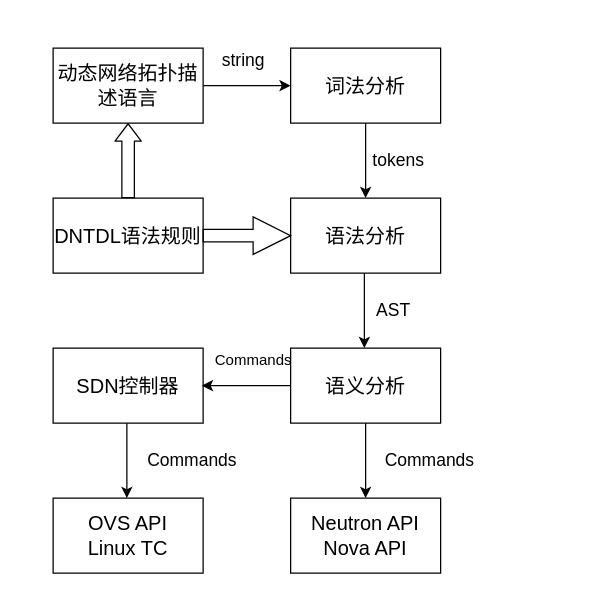
Before: MCC simulaton platform design.drawio in Icarus1994/neutron_conf, a draw.io diagram. Source tidied: cells renumbered, new cells numbered last; positions are measured from the earlier drawing's top-left corner, leaving out a move shared by most shapes. Both pictures are drawn from the tidied source at 125%, with x=0, y=0 at pixel (52, 48).
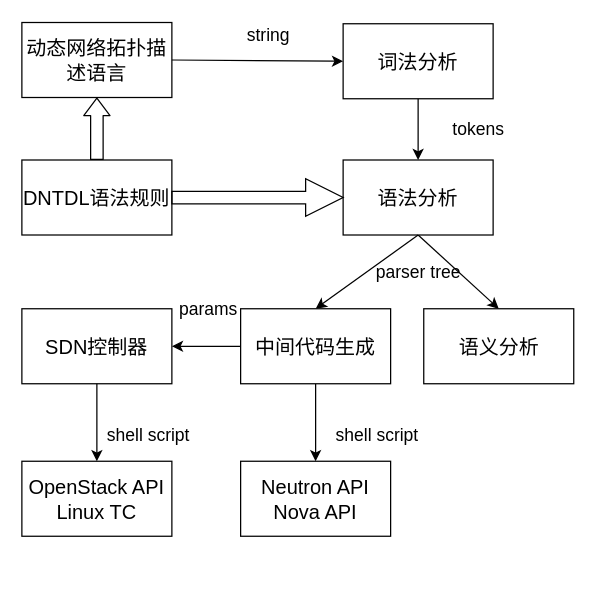
The same page after the edit.

The edit, as a diff of the source:
```diff
@@
+    <mxCell id="24" style="rounded=0;jettySize=auto;html=1;exitX=0.5;exitY=1;exitDx=0;exitDy=0;entryX=0.5;entryY=0;entryDx=0;entryDy=0;" parent="1" edge="1" source="2" target="4">
+      <mxGeometry relative="1" as="geometry" />
+    </mxCell>
     <mxCell id="2" value="&lt;font style=&quot;font-size: 16px&quot;&gt;语法分析&lt;/font&gt;" style="rounded=0;whiteSpace=wrap;html=1;" parent="1" vertex="1">
-      <mxGeometry x="190" y="120" width="120" height="60" as="geometry" />
+      <mxGeometry x="232" y="89.5" width="120" height="60" as="geometry" />
     </mxCell>
+    <mxCell id="25" style="rounded=0;jettySize=auto;html=1;exitX=0.5;exitY=1;exitDx=0;exitDy=0;entryX=0.5;entryY=0;entryDx=0;entryDy=0;" parent="1" edge="1" source="3" target="2">
+      <mxGeometry relative="1" as="geometry" />
+    </mxCell>
     <mxCell id="3" value="&lt;font style=&quot;font-size: 16px&quot;&gt;词法分析&lt;/font&gt;" style="rounded=0;whiteSpace=wrap;html=1;" parent="1" vertex="1">
-      <mxGeometry x="190" width="120" height="60" as="geometry" />
+      <mxGeometry x="232" y="-19.5" width="120" height="60" as="geometry" />
     </mxCell>
     <mxCell id="4" value="&lt;font style=&quot;font-size: 16px&quot;&gt;语义分析&lt;/font&gt;" style="rounded=0;whiteSpace=wrap;html=1;" parent="1" vertex="1">
-      <mxGeometry x="190" y="240" width="120" height="60" as="geometry" />
+      <mxGeometry x="296.5" y="208.5" width="120" height="60" as="geometry" />
     </mxCell>
     <mxCell id="5" value="&lt;font style=&quot;font-size: 16px&quot;&gt;动态网络拓扑描述语言&lt;/font&gt;" style="rounded=0;whiteSpace=wrap;html=1;" parent="1" vertex="1">
-      <mxGeometry width="120" height="60" as="geometry" />
+      <mxGeometry x="-25" y="-20.5" width="120" height="60" as="geometry" />
     </mxCell>
     <mxCell id="6" value="&lt;font style=&quot;font-size: 16px&quot;&gt;DNTDL语法规则&lt;/font&gt;" style="rounded=0;whiteSpace=wrap;html=1;" parent="1" vertex="1">
-      <mxGeometry y="120" width="120" height="60" as="geometry" />
+      <mxGeometry x="-25" y="89.5" width="120" height="60" as="geometry" />
     </mxCell>
@@
-    <mxCell id="8" style="endArrow=classic;html=1;entryX=0;entryY=0.5;entryDx=0;entryDy=0;exitX=1;exitY=0.5;exitDx=0;exitDy=0;" parent="1" edge="1">
-      <mxGeometry relative="1" as="geometry">
-        <mxPoint x="120" y="30" as="sourcePoint" />
-        <mxPoint x="190" y="30" as="targetPoint" />
-      </mxGeometry>
+    <mxCell id="8" style="endArrow=classic;html=1;entryX=0;entryY=0.5;entryDx=0;entryDy=0;exitX=1;exitY=0.5;exitDx=0;exitDy=0;" parent="1" edge="1" source="5" target="3">
+      <mxGeometry relative="1" as="geometry" />
     </mxCell>
@@
     <mxCell id="10" value="&lt;font style=&quot;font-size: 16px&quot;&gt;SDN控制器&lt;/font&gt;" style="rounded=0;whiteSpace=wrap;html=1;" parent="1" vertex="1">
-      <mxGeometry y="240" width="120" height="60" as="geometry" />
+      <mxGeometry x="-25" y="208.5" width="120" height="60" as="geometry" />
     </mxCell>
     <mxCell id="11" value="&lt;font style=&quot;font-size: 16px&quot;&gt;Neutron API&lt;br&gt;Nova API&lt;/font&gt;&lt;br&gt;" style="rounded=0;whiteSpace=wrap;html=1;" parent="1" vertex="1">
-      <mxGeometry x="190" y="360" width="120" height="60" as="geometry" />
+      <mxGeometry x="150" y="330.5" width="120" height="60" as="geometry" />
     </mxCell>
-    <mxCell id="12" style="endArrow=classic;html=1;exitX=0;exitY=0.5;exitDx=0;exitDy=0;" parent="1" edge="1" source="4">
-      <mxGeometry relative="1" as="geometry">
-        <mxPoint x="119" y="270" as="targetPoint" />
-      </mxGeometry>
-    </mxCell>
-    <mxCell id="13" style="endArrow=classic;html=1;entryX=0.5;entryY=0;entryDx=0;entryDy=0;exitX=0.5;exitY=1;exitDx=0;exitDy=0;" parent="1" edge="1" source="4" target="11">
-      <mxGeometry relative="1" as="geometry" />
-    </mxCell>
-    <mxCell id="14" value="Commands" style="text;html=1;align=center;verticalAlign=middle;fillColor=none;strokeColor=none;rounded=0;" parent="1" vertex="1">
-      <mxGeometry x="120" y="240" width="80" height="20" as="geometry" />
+    <mxCell id="14" value="&lt;font style=&quot;font-size: 14px&quot;&gt;params&lt;/font&gt;" style="text;html=1;align=center;verticalAlign=middle;fillColor=none;strokeColor=none;rounded=0;" parent="1" vertex="1">
+      <mxGeometry x="95" y="199.5" width="57" height="19" as="geometry" />
     </mxCell>
-    <mxCell id="15" value="&lt;font style=&quot;font-size: 14px&quot;&gt;Commands&lt;/font&gt;" style="text;html=1;align=center;verticalAlign=middle;fillColor=none;strokeColor=none;rounded=0;" parent="1" vertex="1">
-      <mxGeometry x="260" y="320" width="82" height="19" as="geometry" />
+    <mxCell id="15" value="&lt;span style=&quot;font-size: 14px&quot;&gt;shell script&lt;/span&gt;" style="text;html=1;align=center;verticalAlign=middle;fillColor=none;strokeColor=none;rounded=0;" parent="1" vertex="1">
+      <mxGeometry x="220.5" y="300" width="76" height="19" as="geometry" />
     </mxCell>
-    <mxCell id="16" style="endArrow=classic;html=1;entryX=0.5;entryY=0;entryDx=0;entryDy=0;exitX=0.5;exitY=1;exitDx=0;exitDy=0;" parent="1" edge="1">
-      <mxGeometry relative="1" as="geometry">
-        <mxPoint x="249" y="180" as="sourcePoint" />
-        <mxPoint x="249" y="240" as="targetPoint" />
-      </mxGeometry>
+    <mxCell id="16" style="endArrow=classic;html=1;exitX=0.5;exitY=1;exitDx=0;exitDy=0;entryX=0.5;entryY=0;entryDx=0;entryDy=0;" parent="1" edge="1" source="2" target="28">
+      <mxGeometry relative="1" as="geometry" />
     </mxCell>
-    <mxCell id="17" style="endArrow=classic;html=1;entryX=0.5;entryY=0;entryDx=0;entryDy=0;exitX=0.5;exitY=1;exitDx=0;exitDy=0;" parent="1" edge="1">
-      <mxGeometry relative="1" as="geometry">
-        <mxPoint x="250" y="60" as="sourcePoint" />
-        <mxPoint x="250" y="120" as="targetPoint" />
-      </mxGeometry>
-    </mxCell>
     <mxCell id="18" value="&lt;font style=&quot;font-size: 14px&quot;&gt;string&lt;/font&gt;" style="text;html=1;align=center;verticalAlign=middle;fillColor=none;strokeColor=none;rounded=0;" parent="1" vertex="1">
-      <mxGeometry x="130" width="44" height="19" as="geometry" />
+      <mxGeometry x="150" y="-20" width="44" height="19" as="geometry" />
     </mxCell>
     <mxCell id="19" value="&lt;font style=&quot;font-size: 14px&quot;&gt;tokens&lt;/font&gt;" style="text;html=1;align=center;verticalAlign=middle;fillColor=none;strokeColor=none;rounded=0;strokeWidth=3;" parent="1" vertex="1">
-      <mxGeometry x="250" y="80" width="51" height="19" as="geometry" />
+      <mxGeometry x="314" y="55.5" width="51" height="19" as="geometry" />
     </mxCell>
-    <mxCell id="20" value="&lt;font style=&quot;font-size: 14px&quot;&gt;AST&lt;/font&gt;" style="text;html=1;align=center;verticalAlign=middle;fillColor=none;strokeColor=none;rounded=0;" parent="1" vertex="1">
-      <mxGeometry x="253" y="200" width="37" height="19" as="geometry" />
+    <mxCell id="20" value="&lt;font style=&quot;font-size: 14px&quot;&gt;parser tree&lt;/font&gt;" style="text;html=1;align=center;verticalAlign=middle;fillColor=none;strokeColor=none;rounded=0;" parent="1" vertex="1">
+      <mxGeometry x="253" y="169.5" width="78" height="19" as="geometry" />
     </mxCell>
-    <mxCell id="21" value="&lt;font style=&quot;font-size: 16px&quot;&gt;OVS API&lt;br&gt;Linux TC&lt;br&gt;&lt;/font&gt;" style="rounded=0;whiteSpace=wrap;html=1;" parent="1" vertex="1">
-      <mxGeometry y="360" width="120" height="60" as="geometry" />
+    <mxCell id="21" value="&lt;font style=&quot;font-size: 16px&quot;&gt;OpenStack API&lt;br&gt;Linux TC&lt;br&gt;&lt;/font&gt;" style="rounded=0;whiteSpace=wrap;html=1;" parent="1" vertex="1">
+      <mxGeometry x="-25" y="330.5" width="120" height="60" as="geometry" />
     </mxCell>
-    <mxCell id="22" style="endArrow=classic;html=1;entryX=0.5;entryY=0;entryDx=0;entryDy=0;exitX=0.5;exitY=1;exitDx=0;exitDy=0;" parent="1" edge="1">
-      <mxGeometry relative="1" as="geometry">
-        <mxPoint x="59" y="300" as="sourcePoint" />
-        <mxPoint x="59" y="360" as="targetPoint" />
-      </mxGeometry>
+    <mxCell id="22" style="endArrow=classic;html=1;exitX=0.5;exitY=1;exitDx=0;exitDy=0;" parent="1" edge="1" source="10" target="21">
+      <mxGeometry relative="1" as="geometry" />
     </mxCell>
-    <mxCell id="23" value="&lt;font style=&quot;font-size: 14px&quot;&gt;Commands&lt;/font&gt;" style="text;html=1;align=center;verticalAlign=middle;fillColor=none;strokeColor=none;rounded=0;" parent="1" vertex="1">
-      <mxGeometry x="70" y="320" width="82" height="19" as="geometry" />
+    <mxCell id="23" value="&lt;font style=&quot;font-size: 14px&quot;&gt;shell script&lt;/font&gt;" style="text;html=1;align=center;verticalAlign=middle;fillColor=none;strokeColor=none;rounded=0;" parent="1" vertex="1">
+      <mxGeometry x="38" y="300" width="76" height="19" as="geometry" />
     </mxCell>
+    <mxCell id="26" style="edgeStyle=none;rounded=0;jettySize=auto;html=1;exitX=0.5;exitY=1;exitDx=0;exitDy=0;entryX=0.5;entryY=0;entryDx=0;entryDy=0;" parent="1" edge="1" source="28" target="11">
+      <mxGeometry relative="1" as="geometry" />
+    </mxCell>
+    <mxCell id="27" style="edgeStyle=none;rounded=0;jettySize=auto;html=1;exitX=0;exitY=0.5;exitDx=0;exitDy=0;entryX=1;entryY=0.5;entryDx=0;entryDy=0;" parent="1" edge="1" source="28" target="10">
+      <mxGeometry relative="1" as="geometry" />
+    </mxCell>
+    <mxCell id="28" value="&lt;span style=&quot;font-size: 16px&quot;&gt;中间代码生成&lt;/span&gt;" style="rounded=0;whiteSpace=wrap;html=1;" parent="1" vertex="1">
+      <mxGeometry x="150" y="208.5" width="120" height="60" as="geometry" />
+    </mxCell>
```
